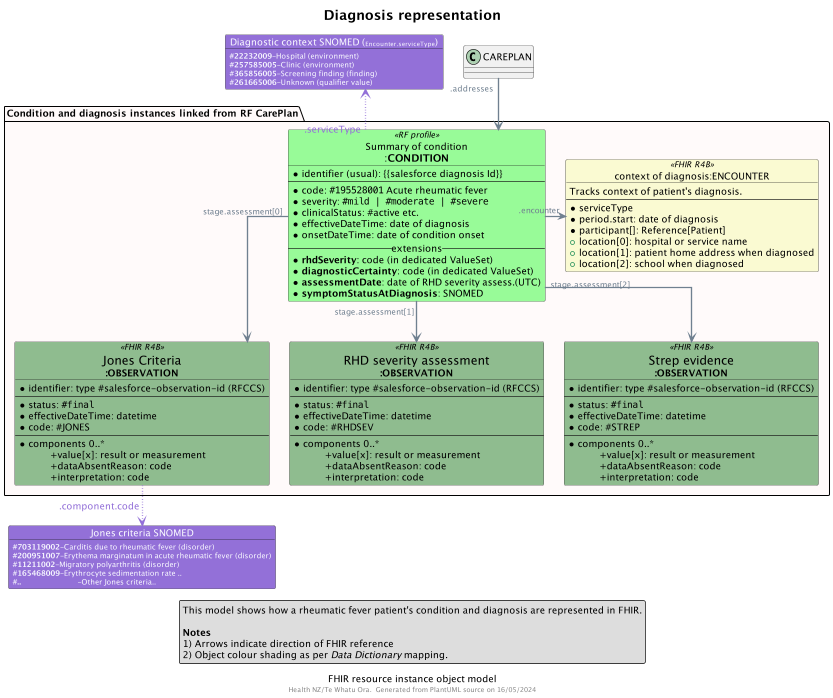
tijijose/cinc-fhir-ig keeps this PlantUML diagram as input/images/obj-FHIR-data-diagnosis.png. Above is the earlier version.
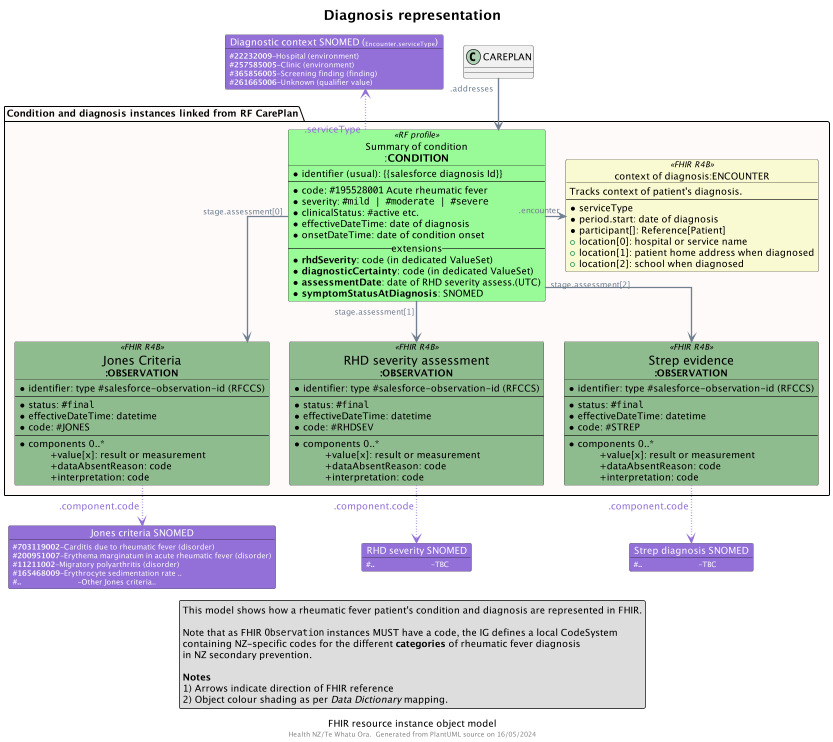
The same diagram one commit later.

Commit message:
diagnosis obs coding

Diff of the diagram source:
```diff
@@ -119,6 +119,9 @@
 $Coding(JONESCODING,"Jones criteria SNOMED","#165468009","Erythrocyte sedimentation rate ..")
 $Coding(JONESCODING,"Jones criteria SNOMED","#..\t\t\t","Other Jones criteria..")
 
+$Coding(SEVCODING,"RHD severity SNOMED","#..\t\t\t","TBC")
+$Coding(STREPCODING,"Strep diagnosis SNOMED","#..\t\t\t","TBC")
+
 
 CAREPLAN ".addresses" --> RFCOND
 
@@ -130,9 +133,15 @@
 RFCOND "\n\n\n<color:MediumPurple><size:14>.serviceType" -[#MediumPurple,dotted]u-> EncContext
 
 OBS1 "\n<color:MediumPurple><size:14>.component.code" -[#MediumPurple,dotted]d-> JONESCODING
+OBS2 "\n<color:MediumPurple><size:14>.component.code" -[#MediumPurple,dotted]d-> SEVCODING
+OBS3 "\n<color:MediumPurple><size:14>.component.code" -[#MediumPurple,dotted]d-> STREPCODING
 
 legend bottom
   This model shows how a rheumatic fever patient's condition and diagnosis are represented in FHIR.
+
+  Note that as FHIR ""Observation"" instances MUST have a code, the IG defines a local CodeSystem
+  containing NZ-specific codes for the different **categories** of rheumatic fever diagnosis
+  in NZ secondary prevention.
 
   **Notes**
   1) Arrows indicate direction of FHIR reference
```
